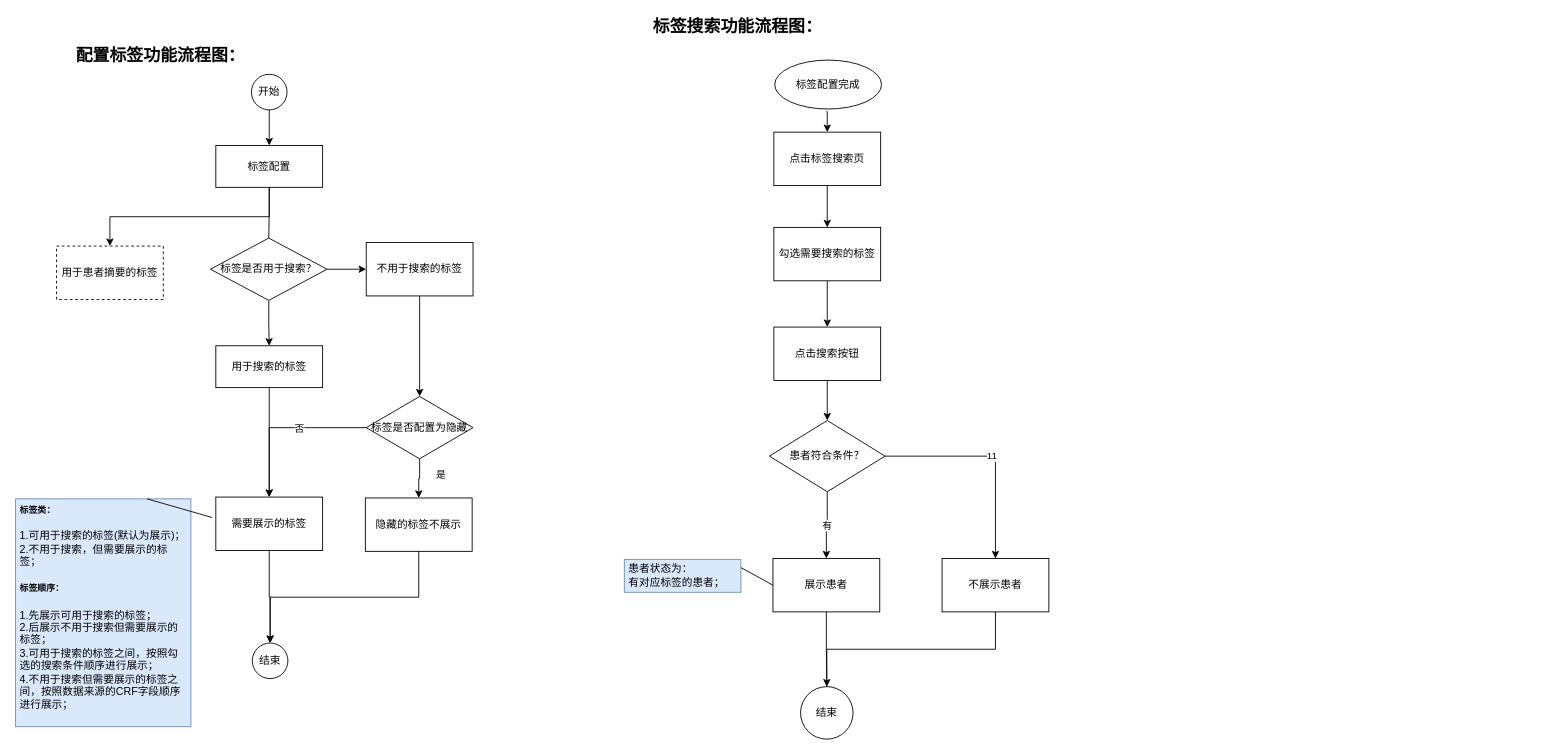
Before: 未命名绘图.drawio in ElsaTravel/hello-world, a draw.io diagram. Source tidied: cells renumbered, new cells numbered last; positions are measured from the earlier drawing's top-left corner, leaving out a move shared by most shapes. Both pictures are drawn from the tidied source at 89%, with x=0, y=0 at pixel (15, 18).
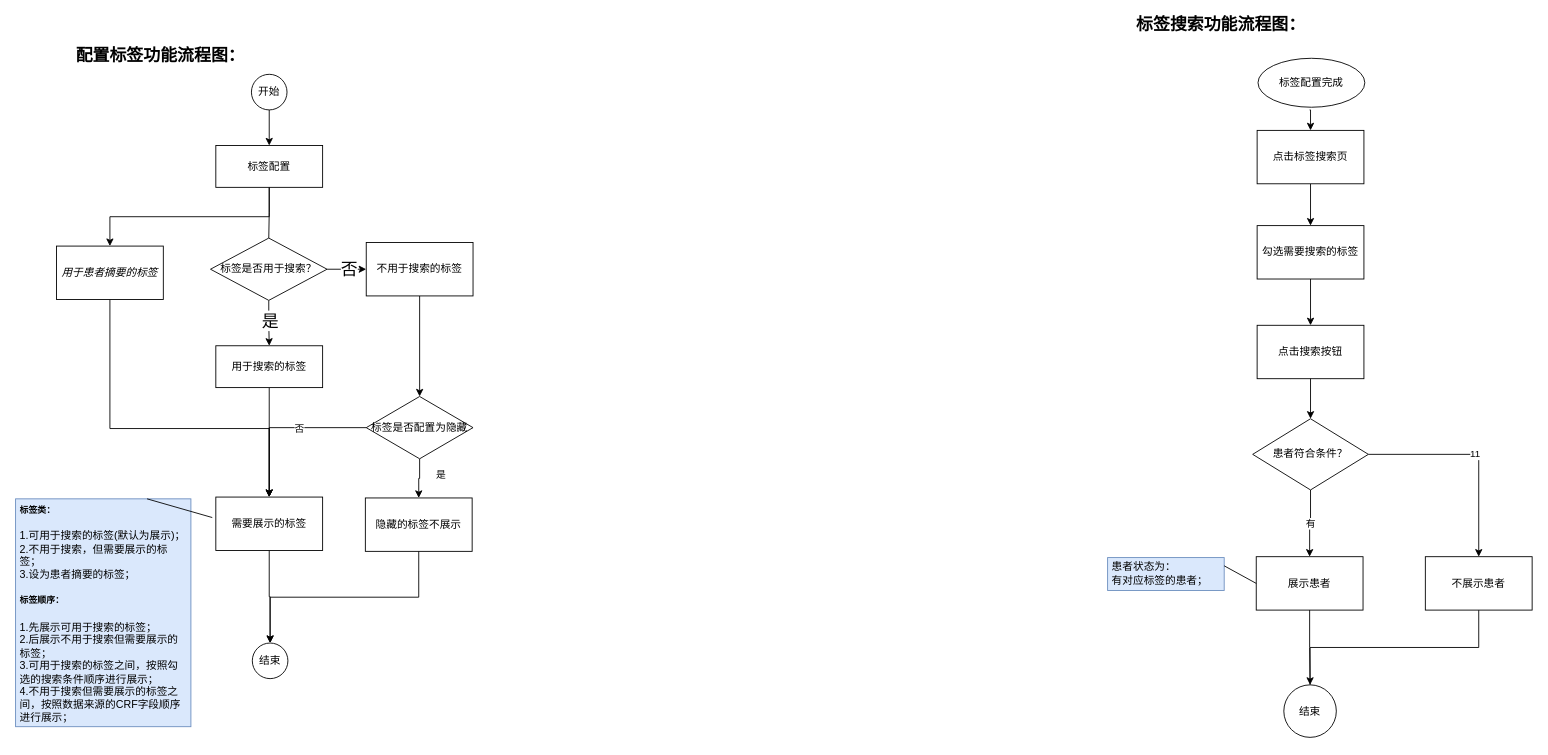
Above is the later version.

Commit message:
更新未命名绘图.drawio

The change refers to these unchanged cells:
```xml
<mxCell id="20" style="edgeStyle=orthogonalEdgeStyle;rounded=0;jettySize=auto;html=1;entryX=0.5;entryY=0;entryDx=0;entryDy=0;startArrow=none;" parent="1" edge="1" source="45" target="43">
  <mxGeometry relative="1" as="geometry" />
</mxCell>
<mxCell id="32" value="需要展示的标签" style="rounded=0;whiteSpace=wrap;html=1;" parent="1" vertex="1">
  <mxGeometry x="225" y="538" width="120" height="60" as="geometry" />
</mxCell>
<mxCell id="44" style="edgeStyle=orthogonalEdgeStyle;rounded=0;jettySize=auto;html=1;entryX=0;entryY=0.5;entryDx=0;entryDy=0;strokeColor=#000000;" parent="1" edge="1" source="45" target="24">
  <mxGeometry relative="1" as="geometry" />
</mxCell>
```

Diff of the diagram source:
```diff
@@
     <mxCell id="3" value="点击标签搜索页" style="rounded=0;whiteSpace=wrap;html=1;" parent="1" vertex="1">
-      <mxGeometry x="852" y="128" width="120" height="60" as="geometry" />
+      <mxGeometry x="1395" y="126" width="120" height="60" as="geometry" />
     </mxCell>
     <mxCell id="4" style="edgeStyle=orthogonalEdgeStyle;rounded=0;jettySize=auto;html=1;exitX=0.5;exitY=1;exitDx=0;exitDy=0;entryX=0.5;entryY=0;entryDx=0;entryDy=0;" parent="1" edge="1" target="3">
       <mxGeometry relative="1" as="geometry">
-        <mxPoint x="911" y="105" as="sourcePoint" />
+        <mxPoint x="1454" y="103" as="sourcePoint" />
       </mxGeometry>
     </mxCell>
@@
     <mxCell id="6" value="勾选需要搜索的标签" style="rounded=0;whiteSpace=wrap;html=1;" parent="1" vertex="1">
-      <mxGeometry x="852" y="235" width="120" height="60" as="geometry" />
+      <mxGeometry x="1395" y="233" width="120" height="60" as="geometry" />
     </mxCell>
     <mxCell id="7" value="点击搜索按钮" style="rounded=0;whiteSpace=wrap;html=1;" parent="1" vertex="1">
-      <mxGeometry x="852" y="347" width="120" height="60" as="geometry" />
+      <mxGeometry x="1395" y="345" width="120" height="60" as="geometry" />
     </mxCell>
@@
     <mxCell id="11" value="患者符合条件？" style="rhombus;whiteSpace=wrap;html=1;" parent="1" vertex="1">
-      <mxGeometry x="847" y="452" width="130" height="80" as="geometry" />
+      <mxGeometry x="1390" y="450" width="130" height="80" as="geometry" />
     </mxCell>
     <mxCell id="12" value="展示患者" style="rounded=0;whiteSpace=wrap;html=1;" parent="1" vertex="1">
-      <mxGeometry x="851" y="607" width="120" height="60" as="geometry" />
+      <mxGeometry x="1394" y="605" width="120" height="60" as="geometry" />
     </mxCell>
@@
     <mxCell id="14" value="不展示患者" style="rounded=0;whiteSpace=wrap;html=1;" parent="1" vertex="1">
-      <mxGeometry x="1041" y="607" width="120" height="60" as="geometry" />
+      <mxGeometry x="1584" y="605" width="120" height="60" as="geometry" />
     </mxCell>
@@
     <mxCell id="16" value="标签搜索功能流程图：" style="text;html=1;strokeColor=none;fillColor=none;align=center;verticalAlign=middle;whiteSpace=wrap;rounded=0;fontSize=19;fontStyle=1;" parent="1" vertex="1">
-      <mxGeometry x="670" width="283" height="20" as="geometry" />
+      <mxGeometry x="1213" y="-2" width="283" height="20" as="geometry" />
     </mxCell>
@@
+    <mxCell id="49" value="是" style="edgeLabel;html=1;align=center;verticalAlign=middle;fontSize=19;fontFamily=Verdana;" parent="20" vertex="1">
+      <mxGeometry x="-0.13" y="1" relative="1" as="geometry" />
+    </mxCell>
@@
     <mxCell id="35" value="&lt;span&gt;标签配置完成&lt;/span&gt;" style="ellipse;whiteSpace=wrap;html=1;" parent="1" vertex="1">
-      <mxGeometry x="853" y="47" width="120" height="55" as="geometry" />
+      <mxGeometry x="1396" y="45" width="120" height="55" as="geometry" />
     </mxCell>
@@
     <mxCell id="37" value="结束" style="ellipse;whiteSpace=wrap;html=1;" parent="1" vertex="1">
-      <mxGeometry x="882" y="751" width="59" height="59" as="geometry" />
+      <mxGeometry x="1425" y="749" width="59" height="59" as="geometry" />
     </mxCell>
@@
-    <mxCell id="39" value="&lt;h5&gt;标签类：&lt;/h5&gt;1.可用于搜索的标签(默认为展示)；&lt;br&gt;2.不用于搜索，但需要展示的标签；&lt;br&gt;&lt;h5&gt;标签顺序：&lt;/h5&gt;1.先展示可用于搜索的标签；&lt;br&gt;2.后展示不用于搜索但需要展示的标签；&lt;br&gt;3.可用于搜索的标签之间，按照勾选的搜索条件顺序进行展示；&lt;br&gt;4.不用于搜索但需要展示的标签之间，按照数据来源的CRF字段顺序进行展示；" style="text;html=1;fillColor=#dae8fc;spacing=5;spacingTop=-20;whiteSpace=wrap;overflow=hidden;rounded=0;strokeColor=#6c8ebf;" parent="1" vertex="1">
+    <mxCell id="39" value="&lt;h5&gt;标签类：&lt;/h5&gt;1.可用于搜索的标签(默认为展示)；&lt;br&gt;2.不用于搜索，但需要展示的标签；&lt;br&gt;3.设为患者摘要的标签；&lt;br&gt;&lt;h5&gt;标签顺序：&lt;/h5&gt;1.先展示可用于搜索的标签；&lt;br&gt;2.后展示不用于搜索但需要展示的标签；&lt;br&gt;3.可用于搜索的标签之间，按照勾选的搜索条件顺序进行展示；&lt;br&gt;4.不用于搜索但需要展示的标签之间，按照数据来源的CRF字段顺序进行展示；" style="text;html=1;fillColor=#dae8fc;spacing=5;spacingTop=-20;whiteSpace=wrap;overflow=hidden;rounded=0;strokeColor=#6c8ebf;" parent="1" vertex="1">
       <mxGeometry y="540" width="197" height="256" as="geometry" />
     </mxCell>
     <mxCell id="40" value="&lt;br&gt;患者状态为：&lt;br&gt;有对应标签的患者；" style="text;html=1;fillColor=#dae8fc;spacing=5;spacingTop=-20;whiteSpace=wrap;overflow=hidden;rounded=0;strokeColor=#6c8ebf;" parent="1" vertex="1">
-      <mxGeometry x="684" y="608" width="131" height="37" as="geometry" />
+      <mxGeometry x="1227" y="606" width="131" height="37" as="geometry" />
     </mxCell>
+    <mxCell id="50" style="edgeStyle=orthogonalEdgeStyle;rounded=0;jettySize=auto;html=1;entryX=0.5;entryY=0;entryDx=0;entryDy=0;fontFamily=Verdana;fontSize=19;strokeColor=#000000;" parent="1" edge="1" source="41" target="32">
+      <mxGeometry relative="1" as="geometry">
+        <Array as="points">
+          <mxPoint x="106" y="461" />
+          <mxPoint x="285" y="461" />
+        </Array>
+      </mxGeometry>
+    </mxCell>
-    <mxCell id="41" value="用于患者摘要的标签" style="rounded=0;whiteSpace=wrap;html=1;dashed=1;" parent="1" vertex="1">
+    <mxCell id="41" value="用于患者摘要的标签" style="rounded=0;whiteSpace=wrap;html=1;fontStyle=2;" parent="1" vertex="1">
       <mxGeometry x="46" y="256" width="120" height="60" as="geometry" />
     </mxCell>
@@
+    <mxCell id="51" value="否" style="edgeLabel;html=1;align=center;verticalAlign=middle;fontSize=19;fontFamily=Verdana;" parent="44" vertex="1">
+      <mxGeometry x="0.09" y="1" relative="1" as="geometry" />
+    </mxCell>
```
